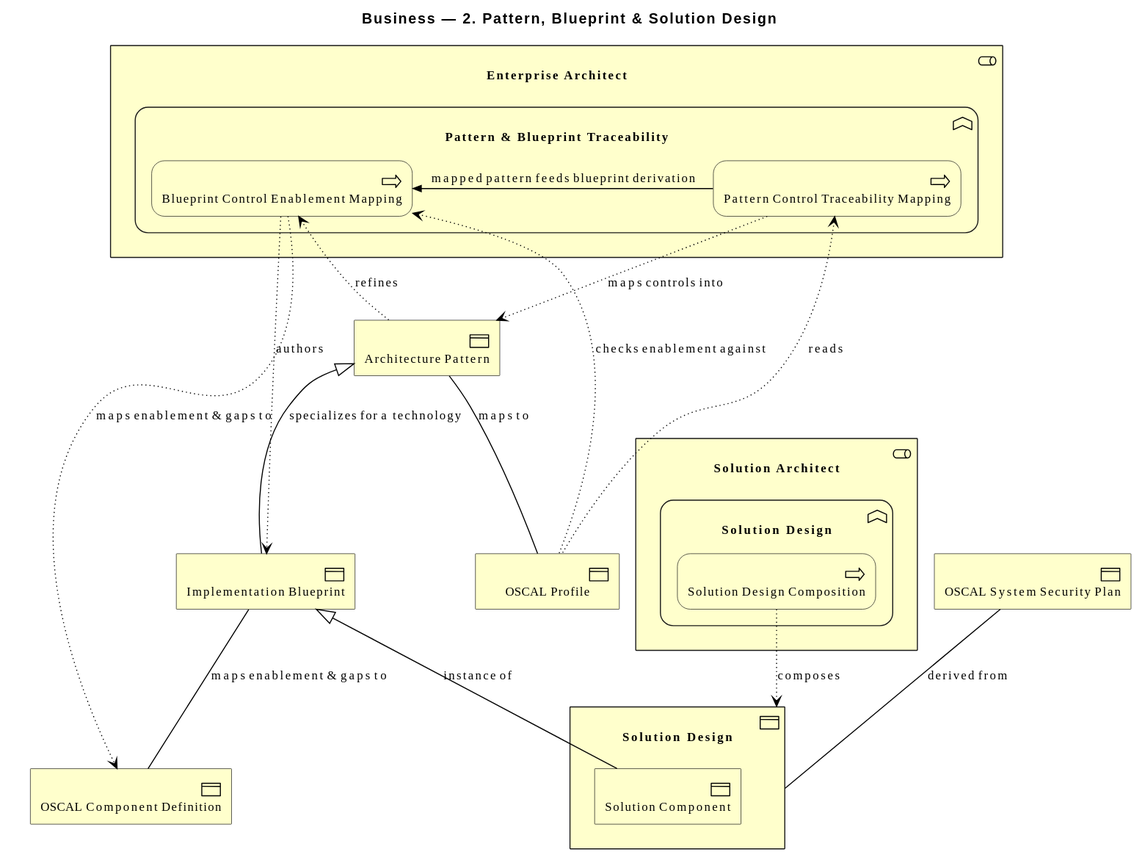
Earlier version of the PlantUML export architecture/model/diagrams/business/2-pattern-solution-design.svg (wolffy-au/frictionless-architect). Source of this version:
```plantuml
@startuml
!include <archimate/Archimate>

title Business — 2. Pattern, Blueprint & Solution Design

Business_Object(e_id3a6eb7f6485a55, "OSCAL Profile")
Business_Object(e_idcd45bf9b5cfe51, "Architecture Pattern")
Business_Object(e_id41a01cbfc25b5a, "Implementation Blueprint")
Business_Object(e_id0bb22ba44cfa50, "OSCAL Component Definition")
Business_Object(e_id4b5ad5a2100656, "Solution Design") {
  Business_Object(e_id42defa6a190855, "Solution Component")
}
Business_Object(e_ide1231d147af05e, "OSCAL System Security Plan")
Business_Role(e_id2b5394f913985a, "Enterprise Architect") {
  Business_Function(e_id4b6cc961fa6750, "Pattern & Blueprint Traceability") {
    Business_Process(e_id65065ee24d3c54, "Pattern Control Traceability Mapping")
    Business_Process(e_id378927722a8d5a, "Blueprint Control Enablement Mapping")
  }
}
Business_Role(e_ide2cb7f3efa6256, "Solution Architect") {
  Business_Function(e_id86f3d2dd174754, "Solution Design") {
    Business_Process(e_id4991c823f6d55b, "Solution Design Composition")
  }
}

Rel_Access_r(e_id65065ee24d3c54, e_id3a6eb7f6485a55, "reads")
Rel_Access_w(e_id65065ee24d3c54, e_idcd45bf9b5cfe51, "maps controls into")
Rel_Association(e_idcd45bf9b5cfe51, e_id3a6eb7f6485a55, "maps to")
Rel_Specialization_Up(e_id41a01cbfc25b5a, e_idcd45bf9b5cfe51, "specializes for a technology")
Rel_Access_r(e_id378927722a8d5a, e_idcd45bf9b5cfe51, "refines")
Rel_Access_r(e_id378927722a8d5a, e_id3a6eb7f6485a55, "checks enablement against")
Rel_Access_w(e_id378927722a8d5a, e_id41a01cbfc25b5a, "authors")
Rel_Access_w(e_id378927722a8d5a, e_id0bb22ba44cfa50, "maps enablement & gaps to")
Rel_Triggering_Right(e_id65065ee24d3c54, e_id378927722a8d5a, "mapped pattern feeds blueprint derivation")
Rel_Association(e_id41a01cbfc25b5a, e_id0bb22ba44cfa50, "maps enablement & gaps to")
Rel_Specialization_Up(e_id42defa6a190855, e_id41a01cbfc25b5a, "instance of")
Rel_Association(e_ide1231d147af05e, e_id4b5ad5a2100656, "derived from")
Rel_Access_w(e_id4991c823f6d55b, e_id4b5ad5a2100656, "composes")
@enduml
```
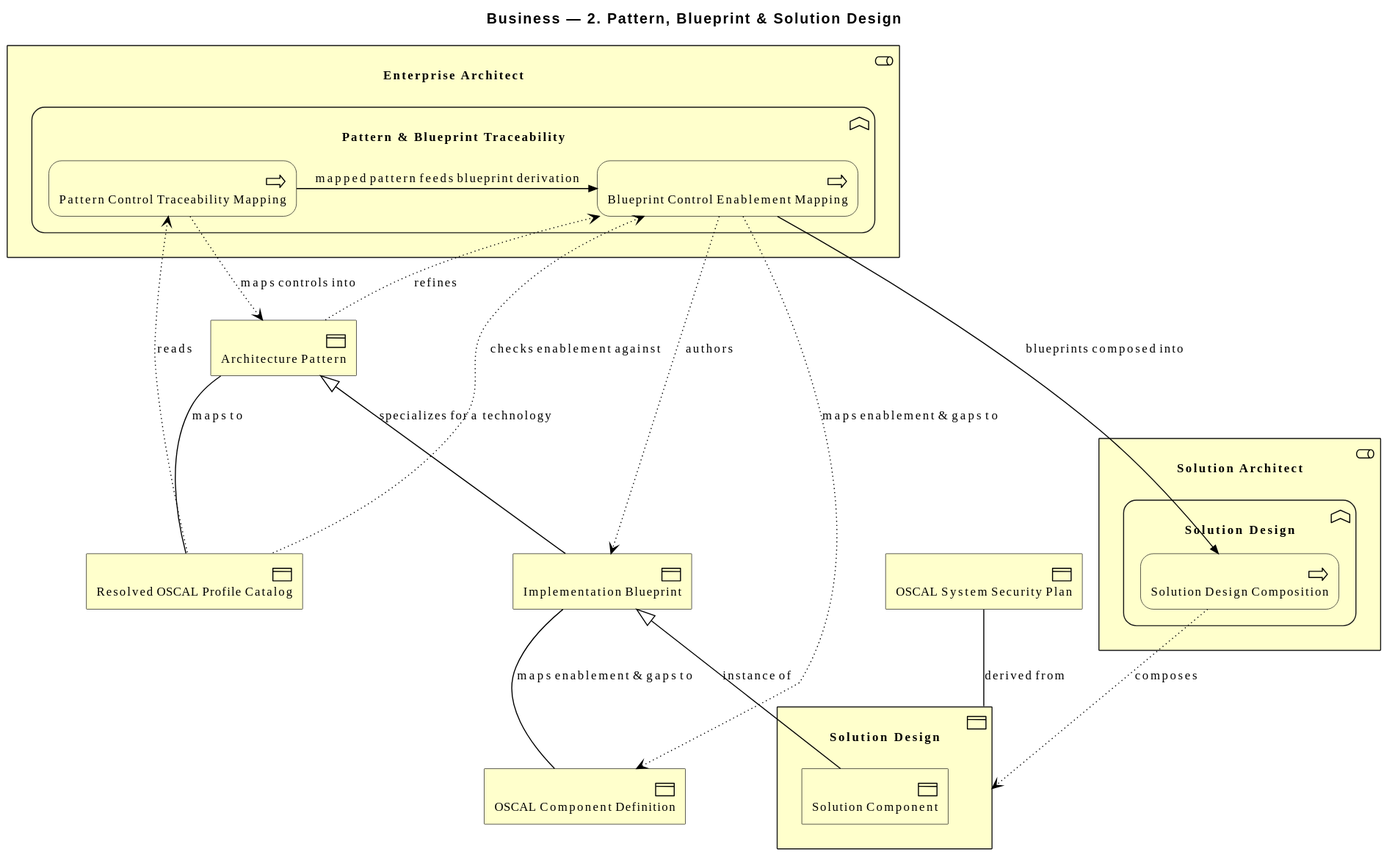
Above is the later version.

The edit, as a diff of the source:
```diff
@@ -3,7 +3,7 @@
 
 title Business — 2. Pattern, Blueprint & Solution Design
 
-Business_Object(e_id3a6eb7f6485a55, "OSCAL Profile")
+Business_Object(e_id2df79965778556, "Resolved OSCAL Profile Catalog")
 Business_Object(e_idcd45bf9b5cfe51, "Architecture Pattern")
 Business_Object(e_id41a01cbfc25b5a, "Implementation Blueprint")
 Business_Object(e_id0bb22ba44cfa50, "OSCAL Component Definition")
@@ -23,15 +23,16 @@
   }
 }
 
-Rel_Access_r(e_id65065ee24d3c54, e_id3a6eb7f6485a55, "reads")
+Rel_Access_r(e_id65065ee24d3c54, e_id2df79965778556, "reads")
 Rel_Access_w(e_id65065ee24d3c54, e_idcd45bf9b5cfe51, "maps controls into")
-Rel_Association(e_idcd45bf9b5cfe51, e_id3a6eb7f6485a55, "maps to")
+Rel_Association(e_idcd45bf9b5cfe51, e_id2df79965778556, "maps to")
 Rel_Specialization_Up(e_id41a01cbfc25b5a, e_idcd45bf9b5cfe51, "specializes for a technology")
 Rel_Access_r(e_id378927722a8d5a, e_idcd45bf9b5cfe51, "refines")
-Rel_Access_r(e_id378927722a8d5a, e_id3a6eb7f6485a55, "checks enablement against")
+Rel_Access_r(e_id378927722a8d5a, e_id2df79965778556, "checks enablement against")
 Rel_Access_w(e_id378927722a8d5a, e_id41a01cbfc25b5a, "authors")
 Rel_Access_w(e_id378927722a8d5a, e_id0bb22ba44cfa50, "maps enablement & gaps to")
 Rel_Triggering_Right(e_id65065ee24d3c54, e_id378927722a8d5a, "mapped pattern feeds blueprint derivation")
+Rel_Triggering_Right(e_id378927722a8d5a, e_id4991c823f6d55b, "blueprints composed into")
 Rel_Association(e_id41a01cbfc25b5a, e_id0bb22ba44cfa50, "maps enablement & gaps to")
 Rel_Specialization_Up(e_id42defa6a190855, e_id41a01cbfc25b5a, "instance of")
 Rel_Association(e_ide1231d147af05e, e_id4b5ad5a2100656, "derived from")
```
